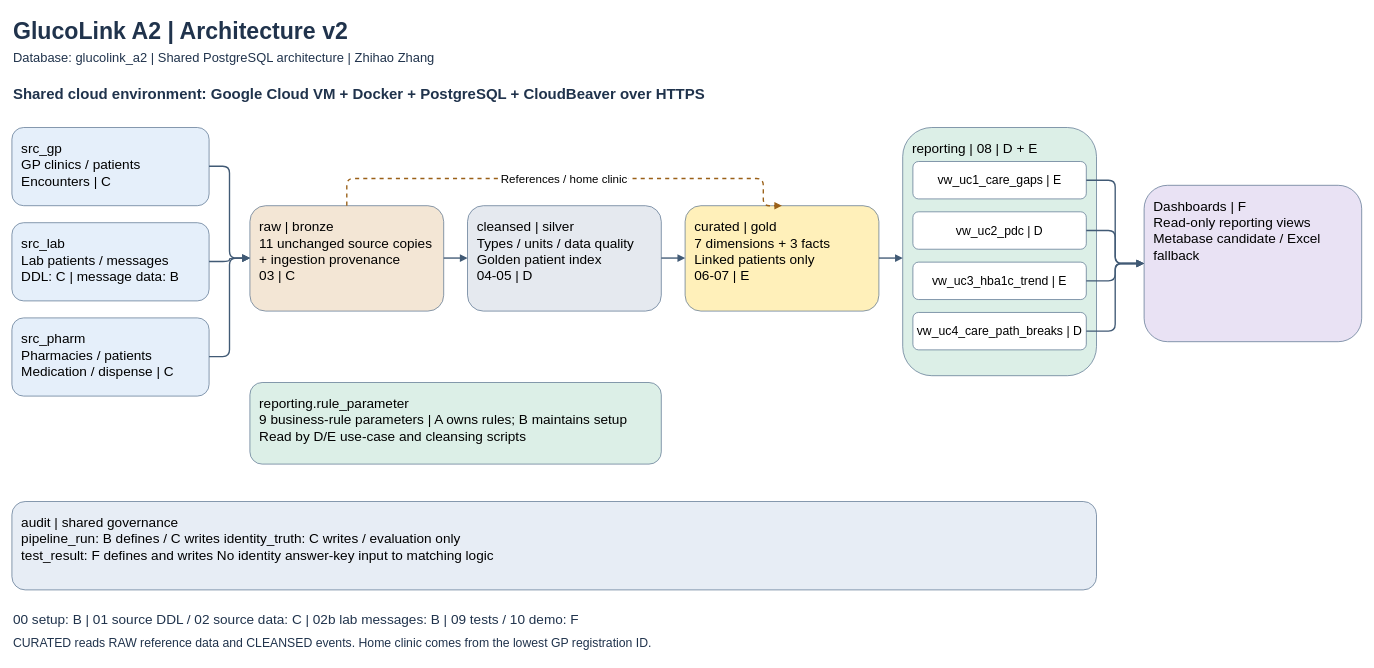
The draw.io diagram docs/architecture_v2.drawio in LyphardRover/glucolink-a2, before the edit. Source tidied: cells renumbered, new cells numbered last; positions are measured from the earlier drawing's top-left corner, leaving out a move shared by most shapes. Both pictures are drawn from the tidied source at 68%, with x=0, y=0 at pixel (12, 12).
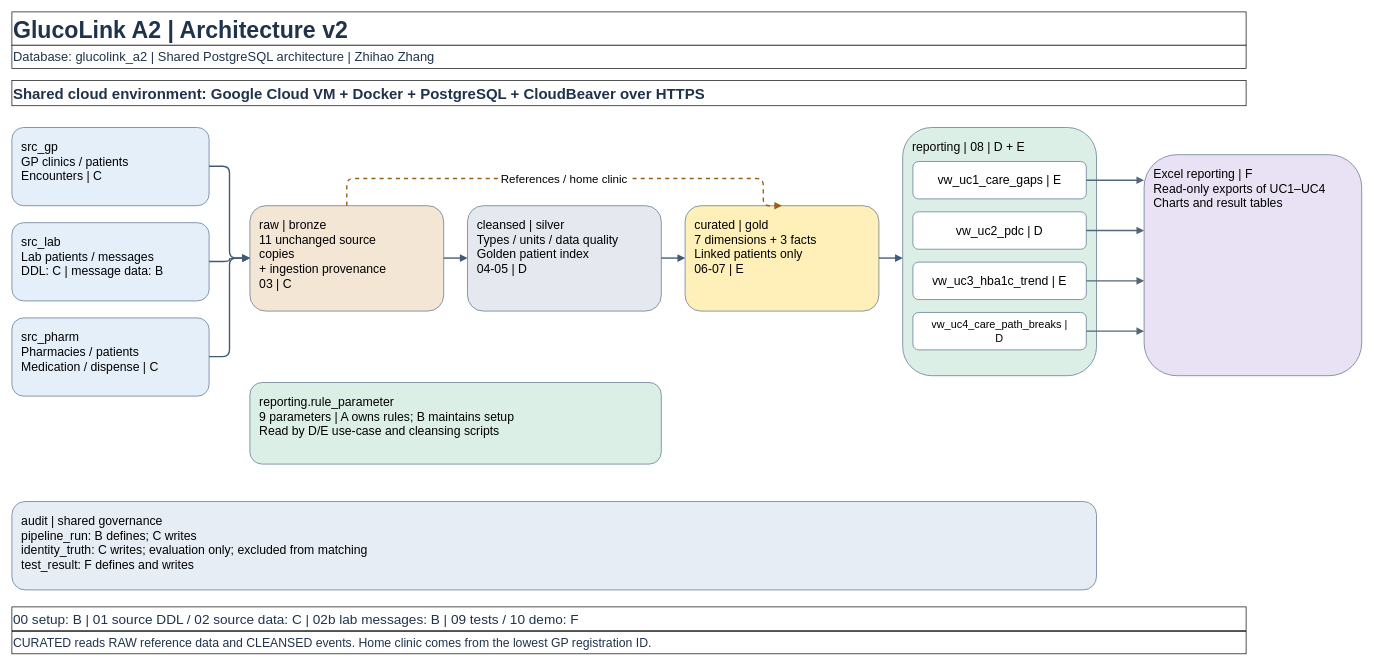
After the change.

Diff of the diagram source:
```diff
@@
-    <mxCell id="2" value="GlucoLink A2 | Architecture v2" style="text;html=0;align=left;verticalAlign=top;fontSize=34;fontStyle=1;fontColor=#20334c;" parent="1" vertex="1">
+    <mxCell id="2" value="GlucoLink A2 | Architecture v2" style="html=0;align=left;verticalAlign=top;fontSize=34.0;fontStyle=1;fontColor=#20334c;whiteSpace=wrap;overflow=hidden;" parent="1" vertex="1">
       <mxGeometry width="1815" height="49" as="geometry" />
     </mxCell>
-    <mxCell id="3" value="Database: glucolink_a2 | Shared PostgreSQL architecture | Zhihao Zhang" style="text;html=0;align=left;verticalAlign=top;fontSize=19;fontStyle=0;fontColor=#20334c;" parent="1" vertex="1">
+    <mxCell id="3" value="Database: glucolink_a2 | Shared PostgreSQL architecture | Zhihao Zhang" style="html=0;align=left;verticalAlign=top;fontSize=19.0;fontStyle=0;fontColor=#20334c;whiteSpace=wrap;overflow=hidden;" parent="1" vertex="1">
       <mxGeometry y="49" width="1815" height="34" as="geometry" />
     </mxCell>
-    <mxCell id="4" value="Shared cloud environment: Google Cloud VM + Docker + PostgreSQL + CloudBeaver over HTTPS" style="text;html=0;align=left;verticalAlign=top;fontSize=22;fontStyle=1;fontColor=#20334c;" parent="1" vertex="1">
+    <mxCell id="4" value="Shared cloud environment: Google Cloud VM + Docker + PostgreSQL + CloudBeaver over HTTPS" style="html=0;align=left;verticalAlign=top;fontSize=22.0;fontStyle=1;fontColor=#20334c;whiteSpace=wrap;overflow=hidden;" parent="1" vertex="1">
       <mxGeometry y="101" width="1815" height="37" as="geometry" />
     </mxCell>
-    <mxCell id="5" value="src_gp&#10;GP clinics / patients&#10;Encounters | C" style="rounded=1;whiteSpace=wrap;html=0;align=left;verticalAlign=top;spacing=14;fontSize=20;fillColor=#e5effa;strokeColor=#526c89;" parent="1" vertex="1">
+    <mxCell id="5" value="src_gp&#10;GP clinics / patients&#10;Encounters | C" style="rounded=1;whiteSpace=wrap;html=0;align=left;verticalAlign=top;spacing=14;fontSize=18;fillColor=#e5effa;strokeColor=#526c89;overflow=hidden;" parent="1" vertex="1">
       <mxGeometry y="170" width="290" height="115" as="geometry" />
     </mxCell>
-    <mxCell id="6" value="src_lab&#10;Lab patients / messages&#10;DDL: C | message data: B" style="rounded=1;whiteSpace=wrap;html=0;align=left;verticalAlign=top;spacing=14;fontSize=20;fillColor=#e5effa;strokeColor=#526c89;" parent="1" vertex="1">
+    <mxCell id="6" value="src_lab&#10;Lab patients / messages&#10;DDL: C | message data: B" style="rounded=1;whiteSpace=wrap;html=0;align=left;verticalAlign=top;spacing=14;fontSize=18;fillColor=#e5effa;strokeColor=#526c89;overflow=hidden;" parent="1" vertex="1">
       <mxGeometry y="310" width="290" height="115" as="geometry" />
     </mxCell>
-    <mxCell id="7" value="src_pharm&#10;Pharmacies / patients&#10;Medication / dispense | C" style="rounded=1;whiteSpace=wrap;html=0;align=left;verticalAlign=top;spacing=14;fontSize=20;fillColor=#e5effa;strokeColor=#526c89;" parent="1" vertex="1">
+    <mxCell id="7" value="src_pharm&#10;Pharmacies / patients&#10;Medication / dispense | C" style="rounded=1;whiteSpace=wrap;html=0;align=left;verticalAlign=top;spacing=14;fontSize=18;fillColor=#e5effa;strokeColor=#526c89;overflow=hidden;" parent="1" vertex="1">
       <mxGeometry y="450" width="290" height="115" as="geometry" />
     </mxCell>
-    <mxCell id="8" value="raw | bronze&#10;11 unchanged source copies&#10;+ ingestion provenance&#10;03 | C" style="rounded=1;whiteSpace=wrap;html=0;align=left;verticalAlign=top;spacing=14;fontSize=20;fillColor=#f3e6d5;strokeColor=#526c89;" parent="1" vertex="1">
+    <mxCell id="8" value="raw | bronze&#10;11 unchanged source&#10;copies&#10;+ ingestion provenance&#10;03 | C" style="rounded=1;whiteSpace=wrap;html=0;align=left;verticalAlign=top;spacing=14;fontSize=18;fillColor=#f3e6d5;strokeColor=#526c89;overflow=hidden;" parent="1" vertex="1">
       <mxGeometry x="350" y="285" width="285" height="155" as="geometry" />
     </mxCell>
-    <mxCell id="9" value="cleansed | silver&#10;Types / units / data quality&#10;Golden patient index&#10;04-05 | D" style="rounded=1;whiteSpace=wrap;html=0;align=left;verticalAlign=top;spacing=14;fontSize=20;fillColor=#e5e9ef;strokeColor=#526c89;" parent="1" vertex="1">
+    <mxCell id="9" value="cleansed | silver&#10;Types / units / data quality&#10;Golden patient index&#10;04-05 | D" style="rounded=1;whiteSpace=wrap;html=0;align=left;verticalAlign=top;spacing=14;fontSize=18;fillColor=#e5e9ef;strokeColor=#526c89;overflow=hidden;" parent="1" vertex="1">
       <mxGeometry x="670" y="285" width="285" height="155" as="geometry" />
     </mxCell>
-    <mxCell id="10" value="curated | gold&#10;7 dimensions + 3 facts&#10;Linked patients only&#10;06-07 | E" style="rounded=1;whiteSpace=wrap;html=0;align=left;verticalAlign=top;spacing=14;fontSize=20;fillColor=#fff0ba;strokeColor=#526c89;" parent="1" vertex="1">
+    <mxCell id="10" value="curated | gold&#10;7 dimensions + 3 facts&#10;Linked patients only&#10;06-07 | E" style="rounded=1;whiteSpace=wrap;html=0;align=left;verticalAlign=top;spacing=14;fontSize=18;fillColor=#fff0ba;strokeColor=#526c89;overflow=hidden;" parent="1" vertex="1">
       <mxGeometry x="990" y="285" width="285" height="155" as="geometry" />
     </mxCell>
-    <mxCell id="11" value="reporting | 08 | D + E" style="rounded=1;whiteSpace=wrap;html=0;align=left;verticalAlign=top;spacing=14;fontSize=20;fillColor=#dcefe7;strokeColor=#526c89;" parent="1" vertex="1">
+    <mxCell id="11" value="reporting | 08 | D + E" style="rounded=1;whiteSpace=wrap;html=0;align=left;verticalAlign=top;spacing=14;fontSize=18;fillColor=#dcefe7;strokeColor=#526c89;overflow=hidden;" parent="1" vertex="1">
       <mxGeometry x="1310" y="170" width="285" height="365" as="geometry" />
     </mxCell>
@@
-    <mxCell id="18" value="Dashboards | F&#10;Read-only reporting views&#10;Metabase candidate / Excel fallback" style="rounded=1;whiteSpace=wrap;html=0;align=left;verticalAlign=top;spacing=14;fontSize=20;fillColor=#e9e2f4;strokeColor=#526c89;" parent="1" vertex="1">
-      <mxGeometry x="1665" y="255" width="320" height="230" as="geometry" />
+    <mxCell id="18" value="Excel reporting | F&#10;Read-only exports of UC1–UC4&#10;Charts and result tables" style="rounded=1;whiteSpace=wrap;html=0;align=left;verticalAlign=top;spacing=14;fontSize=18;fillColor=#e9e2f4;strokeColor=#526c89;overflow=hidden;" parent="1" vertex="1">
+      <mxGeometry x="1665" y="210" width="320" height="325" as="geometry" />
     </mxCell>
-    <mxCell id="19" value="reporting.rule_parameter&#10;9 business-rule parameters | A owns rules; B maintains setup&#10;Read by D/E use-case and cleansing scripts" style="rounded=1;whiteSpace=wrap;html=0;align=left;verticalAlign=top;spacing=14;fontSize=20;fillColor=#dcefe7;strokeColor=#526c89;" parent="1" vertex="1">
+    <mxCell id="19" value="reporting.rule_parameter&#10;9 parameters | A owns rules; B maintains setup&#10;Read by D/E use-case and cleansing scripts" style="rounded=1;whiteSpace=wrap;html=0;align=left;verticalAlign=top;spacing=14;fontSize=18;fillColor=#dcefe7;strokeColor=#526c89;overflow=hidden;" parent="1" vertex="1">
       <mxGeometry x="350" y="545" width="605" height="120" as="geometry" />
     </mxCell>
-    <mxCell id="20" value="audit | shared governance&#10;pipeline_run: B defines / C writes     identity_truth: C writes / evaluation only&#10;test_result: F defines and writes     No identity answer-key input to matching logic" style="rounded=1;whiteSpace=wrap;html=0;align=left;verticalAlign=top;spacing=14;fontSize=20;fillColor=#e7edf5;strokeColor=#526c89;" parent="1" vertex="1">
+    <mxCell id="20" value="audit | shared governance&#10;pipeline_run: B defines; C writes&#10;identity_truth: C writes; evaluation only; excluded from matching&#10;test_result: F defines and writes" style="rounded=1;whiteSpace=wrap;html=0;align=left;verticalAlign=top;spacing=14;fontSize=18;fillColor=#e7edf5;strokeColor=#526c89;overflow=hidden;" parent="1" vertex="1">
       <mxGeometry y="720" width="1595" height="130" as="geometry" />
     </mxCell>
-    <mxCell id="21" value="00 setup: B  |  01 source DDL / 02 source data: C  |  02b lab messages: B  |  09 tests / 10 demo: F" style="text;html=0;align=left;verticalAlign=top;fontSize=20;fontStyle=0;fontColor=#20334c;" parent="1" vertex="1">
+    <mxCell id="21" value="00 setup: B | 01 source DDL / 02 source data: C | 02b lab messages: B | 09 tests / 10 demo: F" style="html=0;align=left;verticalAlign=top;fontSize=20.0;fontStyle=0;fontColor=#20334c;whiteSpace=wrap;overflow=hidden;" parent="1" vertex="1">
       <mxGeometry y="875" width="1815" height="35" as="geometry" />
     </mxCell>
-    <mxCell id="22" value="CURATED reads RAW reference data and CLEANSED events. Home clinic comes from the lowest GP registration ID." style="text;html=0;align=left;verticalAlign=top;fontSize=18;fontStyle=0;fontColor=#20334c;" parent="1" vertex="1">
+    <mxCell id="22" value="CURATED reads RAW reference data and CLEANSED events. Home clinic comes from the lowest GP registration ID." style="html=0;align=left;verticalAlign=top;fontSize=18.0;fontStyle=0;fontColor=#20334c;whiteSpace=wrap;overflow=hidden;" parent="1" vertex="1">
       <mxGeometry y="911" width="1815" height="33" as="geometry" />
     </mxCell>
-    <mxCell id="23" value="vw_uc1_care_gaps | E" style="rounded=1;whiteSpace=wrap;html=0;fontSize=18;fillColor=#ffffff;strokeColor=#526c89;" parent="1" vertex="1">
+    <mxCell id="23" value="vw_uc1_care_gaps | E" style="rounded=1;whiteSpace=wrap;html=0;fontSize=18.0;fillColor=#ffffff;strokeColor=#526c89;overflow=hidden;" parent="1" vertex="1">
       <mxGeometry x="1325" y="220" width="255" height="55" as="geometry" />
     </mxCell>
+    <mxCell id="25" value="vw_uc2_pdc | D" style="rounded=1;whiteSpace=wrap;html=0;fontSize=18.0;fillColor=#ffffff;strokeColor=#526c89;overflow=hidden;" parent="1" vertex="1">
+      <mxGeometry x="1325" y="294" width="255" height="55" as="geometry" />
+    </mxCell>
+    <mxCell id="27" value="vw_uc3_hba1c_trend | E" style="rounded=1;whiteSpace=wrap;html=0;fontSize=18.0;fillColor=#ffffff;strokeColor=#526c89;overflow=hidden;" parent="1" vertex="1">
+      <mxGeometry x="1325" y="368" width="255" height="55" as="geometry" />
+    </mxCell>
+    <mxCell id="29" value="vw_uc4_care_path_breaks |&#10;D" style="rounded=1;whiteSpace=wrap;html=0;fontSize=16.0;fillColor=#ffffff;strokeColor=#526c89;overflow=hidden;" parent="1" vertex="1">
+      <mxGeometry x="1325" y="442" width="255" height="55" as="geometry" />
+    </mxCell>
+    <mxCell id="31" value="References / home clinic" style="edgeStyle=orthogonalEdgeStyle;exitX=0.5;exitY=0;entryX=0.5;entryY=0;endArrow=block;dashed=1;strokeColor=#9a6018;strokeWidth=2;fontSize=17;labelBackgroundColor=#ffffff;" parent="1" edge="1" source="8" target="10">
+      <mxGeometry relative="1" as="geometry">
+        <Array as="points">
+          <mxPoint x="492" y="245" />
+          <mxPoint x="1105" y="245" />
+        </Array>
+      </mxGeometry>
+    </mxCell>
-    <mxCell id="24" style="edgeStyle=orthogonalEdgeStyle;endArrow=block;strokeColor=#415a75;strokeWidth=2;" parent="1" edge="1" source="23" target="18">
+    <mxCell id="24" style="edgeStyle=none;html=0;strokeColor=#52667e;strokeWidth=2;endArrow=block;exitX=1;exitY=0.5;entryX=0;entryY=0.11538461538461539;" parent="1" edge="1" source="23" target="18">
       <mxGeometry relative="1" as="geometry" />
     </mxCell>
-    <mxCell id="25" value="vw_uc2_pdc | D" style="rounded=1;whiteSpace=wrap;html=0;fontSize=18;fillColor=#ffffff;strokeColor=#526c89;" parent="1" vertex="1">
-      <mxGeometry x="1325" y="294" width="255" height="55" as="geometry" />
-    </mxCell>
-    <mxCell id="26" style="edgeStyle=orthogonalEdgeStyle;endArrow=block;strokeColor=#415a75;strokeWidth=2;" parent="1" edge="1" source="25" target="18">
+    <mxCell id="26" style="edgeStyle=none;html=0;strokeColor=#52667e;strokeWidth=2;endArrow=block;exitX=1;exitY=0.5;entryX=0;entryY=0.34307692307692306;" parent="1" edge="1" source="25" target="18">
       <mxGeometry relative="1" as="geometry" />
     </mxCell>
-    <mxCell id="27" value="vw_uc3_hba1c_trend | E" style="rounded=1;whiteSpace=wrap;html=0;fontSize=18;fillColor=#ffffff;strokeColor=#526c89;" parent="1" vertex="1">
-      <mxGeometry x="1325" y="368" width="255" height="55" as="geometry" />
-    </mxCell>
-    <mxCell id="28" style="edgeStyle=orthogonalEdgeStyle;endArrow=block;strokeColor=#415a75;strokeWidth=2;" parent="1" edge="1" source="27" target="18">
+    <mxCell id="28" style="edgeStyle=none;html=0;strokeColor=#52667e;strokeWidth=2;endArrow=block;exitX=1;exitY=0.5;entryX=0;entryY=0.5707692307692308;" parent="1" edge="1" source="27" target="18">
       <mxGeometry relative="1" as="geometry" />
     </mxCell>
-    <mxCell id="29" value="vw_uc4_care_path_breaks | D" style="rounded=1;whiteSpace=wrap;html=0;fontSize=18;fillColor=#ffffff;strokeColor=#526c89;" parent="1" vertex="1">
-      <mxGeometry x="1325" y="442" width="255" height="55" as="geometry" />
-    </mxCell>
-    <mxCell id="30" style="edgeStyle=orthogonalEdgeStyle;endArrow=block;strokeColor=#415a75;strokeWidth=2;" parent="1" edge="1" source="29" target="18">
+    <mxCell id="30" style="edgeStyle=none;html=0;strokeColor=#52667e;strokeWidth=2;endArrow=block;exitX=1;exitY=0.5;entryX=0;entryY=0.7984615384615384;" parent="1" edge="1" source="29" target="18">
       <mxGeometry relative="1" as="geometry" />
     </mxCell>
-    <mxCell id="31" value="References / home clinic" style="edgeStyle=orthogonalEdgeStyle;exitX=0.5;exitY=0;entryX=0.5;entryY=0;endArrow=block;dashed=1;strokeColor=#9a6018;strokeWidth=2;fontSize=17;labelBackgroundColor=#ffffff;" parent="1" edge="1" source="8" target="10">
-      <mxGeometry relative="1" as="geometry">
-        <Array as="points">
-          <mxPoint x="492" y="245" />
-          <mxPoint x="1105" y="245" />
-        </Array>
-      </mxGeometry>
-    </mxCell>
```
